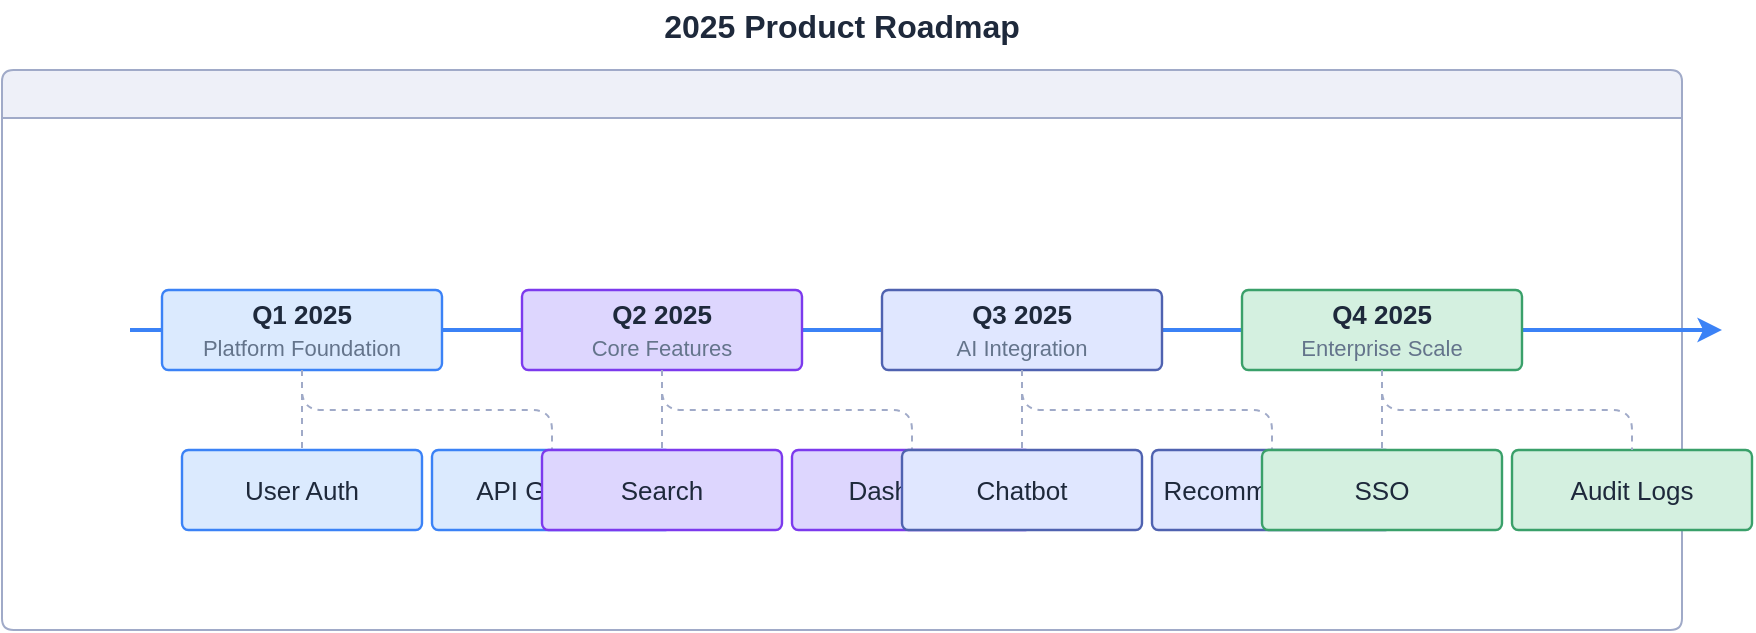
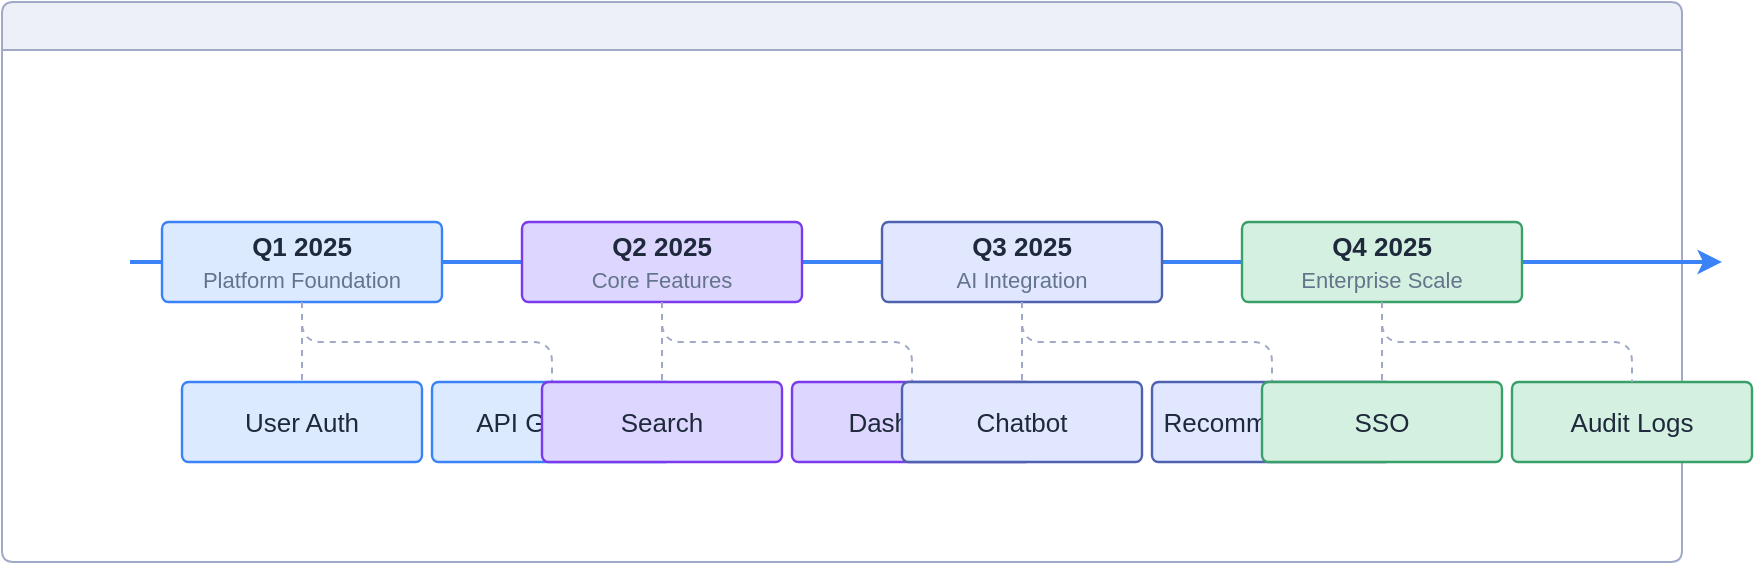
<mxGraphModel adaptiveColors="auto">
  <root>
    <mxCell id="0"/>
    <mxCell id="1" parent="0"/>
-     <mxCell id="title" value="2025 Product Roadmap" style="text;html=1;fontSize=16;fontColor=#1E293B;fontStyle=1;align=center;verticalAlign=middle;whiteSpace=wrap;" vertex="1" parent="1">
-       <mxGeometry x="310" y="15" width="300" height="25" as="geometry"/>
-     </mxCell>
    <mxCell id="container" value="" style="swimlane;startSize=24;rounded=1;arcSize=8;strokeWidth=1;strokeDashPattern=4 3;html=1;fillColor=#EEF0F8;strokeColor=#A0AAC8;container=1;recursiveResize=0;collapsible=0;" vertex="1" parent="1">
      <mxGeometry x="40" y="50" width="840" height="280" as="geometry"/>
    </mxCell>
    <mxCell id="tl-start" value="" style="ellipse;html=1;fillColor=none;strokeColor=none;editable=0;pointerEvents=0;" vertex="1" parent="container">
      <mxGeometry x="60" y="128" width="4" height="4" as="geometry"/>
    </mxCell>
    <mxCell id="tl-end" value="" style="ellipse;html=1;fillColor=none;strokeColor=none;editable=0;pointerEvents=0;" vertex="1" parent="container">
      <mxGeometry x="860" y="128" width="4" height="4" as="geometry"/>
    </mxCell>
    <mxCell id="timeline" value="" style="edgeStyle=orthogonalEdgeStyle;rounded=1;html=1;strokeWidth=2;endArrow=classic;endFill=1;strokeColor=#3B82F6;" edge="1" parent="container" source="tl-start" target="tl-end">
      <mxGeometry relative="1" as="geometry"/>
    </mxCell>
    <mxCell id="q1" value="&lt;b&gt;Q1 2025&lt;/b&gt;&lt;br&gt;&lt;span style=&quot;font-size:11px;color:#64748B;&quot;&gt;Platform Foundation&lt;/span&gt;" style="rounded=1;whiteSpace=wrap;html=1;arcSize=8;strokeWidth=1.2;fontSize=13;fillColor=#DBEAFE;strokeColor=#3B82F6;fontColor=#1E293B;" vertex="1" parent="container">
      <mxGeometry x="80" y="110" width="140" height="40" as="geometry"/>
    </mxCell>
    <mxCell id="q1-sub1" value="User Auth" style="rounded=1;whiteSpace=wrap;html=1;arcSize=8;strokeWidth=1.2;fontSize=13;fillColor=#DBEAFE;strokeColor=#3B82F6;fontColor=#1E293B;" vertex="1" parent="container">
      <mxGeometry x="90" y="190" width="120" height="40" as="geometry"/>
    </mxCell>
    <mxCell id="q1-sub2" value="API Gateway" style="rounded=1;whiteSpace=wrap;html=1;arcSize=8;strokeWidth=1.2;fontSize=13;fillColor=#DBEAFE;strokeColor=#3B82F6;fontColor=#1E293B;" vertex="1" parent="container">
      <mxGeometry x="215" y="190" width="120" height="40" as="geometry"/>
    </mxCell>
    <mxCell id="e-q1-sub1" value="" style="edgeStyle=orthogonalEdgeStyle;rounded=1;html=1;strokeWidth=1;dashed=1;strokeColor=#A0AAC8;endArrow=none;" edge="1" parent="container" source="q1" target="q1-sub1">
      <mxGeometry relative="1" as="geometry"/>
    </mxCell>
    <mxCell id="e-q1-sub2" value="" style="edgeStyle=orthogonalEdgeStyle;rounded=1;html=1;strokeWidth=1;dashed=1;strokeColor=#A0AAC8;endArrow=none;" edge="1" parent="container" source="q1" target="q1-sub2">
      <mxGeometry relative="1" as="geometry"/>
    </mxCell>
    <mxCell id="q2" value="&lt;b&gt;Q2 2025&lt;/b&gt;&lt;br&gt;&lt;span style=&quot;font-size:11px;color:#64748B;&quot;&gt;Core Features&lt;/span&gt;" style="rounded=1;whiteSpace=wrap;html=1;arcSize=8;strokeWidth=1.2;fontSize=13;fillColor=#DDD6FE;strokeColor=#7C3AED;fontColor=#1E293B;" vertex="1" parent="container">
      <mxGeometry x="260" y="110" width="140" height="40" as="geometry"/>
    </mxCell>
    <mxCell id="q2-sub1" value="Search" style="rounded=1;whiteSpace=wrap;html=1;arcSize=8;strokeWidth=1.2;fontSize=13;fillColor=#DDD6FE;strokeColor=#7C3AED;fontColor=#1E293B;" vertex="1" parent="container">
      <mxGeometry x="270" y="190" width="120" height="40" as="geometry"/>
    </mxCell>
    <mxCell id="q2-sub2" value="Dashboard" style="rounded=1;whiteSpace=wrap;html=1;arcSize=8;strokeWidth=1.2;fontSize=13;fillColor=#DDD6FE;strokeColor=#7C3AED;fontColor=#1E293B;" vertex="1" parent="container">
      <mxGeometry x="395" y="190" width="120" height="40" as="geometry"/>
    </mxCell>
    <mxCell id="e-q2-sub1" value="" style="edgeStyle=orthogonalEdgeStyle;rounded=1;html=1;strokeWidth=1;dashed=1;strokeColor=#A0AAC8;endArrow=none;" edge="1" parent="container" source="q2" target="q2-sub1">
      <mxGeometry relative="1" as="geometry"/>
    </mxCell>
    <mxCell id="e-q2-sub2" value="" style="edgeStyle=orthogonalEdgeStyle;rounded=1;html=1;strokeWidth=1;dashed=1;strokeColor=#A0AAC8;endArrow=none;" edge="1" parent="container" source="q2" target="q2-sub2">
      <mxGeometry relative="1" as="geometry"/>
    </mxCell>
    <mxCell id="q3" value="&lt;b&gt;Q3 2025&lt;/b&gt;&lt;br&gt;&lt;span style=&quot;font-size:11px;color:#64748B;&quot;&gt;AI Integration&lt;/span&gt;" style="rounded=1;whiteSpace=wrap;html=1;arcSize=8;strokeWidth=1.2;fontSize=13;fillColor=#E0E7FF;strokeColor=#4F62B0;fontColor=#1E293B;" vertex="1" parent="container">
      <mxGeometry x="440" y="110" width="140" height="40" as="geometry"/>
    </mxCell>
    <mxCell id="q3-sub1" value="Chatbot" style="rounded=1;whiteSpace=wrap;html=1;arcSize=8;strokeWidth=1.2;fontSize=13;fillColor=#E0E7FF;strokeColor=#4F62B0;fontColor=#1E293B;" vertex="1" parent="container">
      <mxGeometry x="450" y="190" width="120" height="40" as="geometry"/>
    </mxCell>
    <mxCell id="q3-sub2" value="Recommendations" style="rounded=1;whiteSpace=wrap;html=1;arcSize=8;strokeWidth=1.2;fontSize=13;fillColor=#E0E7FF;strokeColor=#4F62B0;fontColor=#1E293B;" vertex="1" parent="container">
      <mxGeometry x="575" y="190" width="120" height="40" as="geometry"/>
    </mxCell>
    <mxCell id="e-q3-sub1" value="" style="edgeStyle=orthogonalEdgeStyle;rounded=1;html=1;strokeWidth=1;dashed=1;strokeColor=#A0AAC8;endArrow=none;" edge="1" parent="container" source="q3" target="q3-sub1">
      <mxGeometry relative="1" as="geometry"/>
    </mxCell>
    <mxCell id="e-q3-sub2" value="" style="edgeStyle=orthogonalEdgeStyle;rounded=1;html=1;strokeWidth=1;dashed=1;strokeColor=#A0AAC8;endArrow=none;" edge="1" parent="container" source="q3" target="q3-sub2">
      <mxGeometry relative="1" as="geometry"/>
    </mxCell>
    <mxCell id="q4" value="&lt;b&gt;Q4 2025&lt;/b&gt;&lt;br&gt;&lt;span style=&quot;font-size:11px;color:#64748B;&quot;&gt;Enterprise Scale&lt;/span&gt;" style="rounded=1;whiteSpace=wrap;html=1;arcSize=8;strokeWidth=1.2;fontSize=13;fillColor=#D4F0E0;strokeColor=#3AA06A;fontColor=#1E293B;" vertex="1" parent="container">
      <mxGeometry x="620" y="110" width="140" height="40" as="geometry"/>
    </mxCell>
    <mxCell id="q4-sub1" value="SSO" style="rounded=1;whiteSpace=wrap;html=1;arcSize=8;strokeWidth=1.2;fontSize=13;fillColor=#D4F0E0;strokeColor=#3AA06A;fontColor=#1E293B;" vertex="1" parent="container">
      <mxGeometry x="630" y="190" width="120" height="40" as="geometry"/>
    </mxCell>
    <mxCell id="q4-sub2" value="Audit Logs" style="rounded=1;whiteSpace=wrap;html=1;arcSize=8;strokeWidth=1.2;fontSize=13;fillColor=#D4F0E0;strokeColor=#3AA06A;fontColor=#1E293B;" vertex="1" parent="container">
      <mxGeometry x="755" y="190" width="120" height="40" as="geometry"/>
    </mxCell>
    <mxCell id="e-q4-sub1" value="" style="edgeStyle=orthogonalEdgeStyle;rounded=1;html=1;strokeWidth=1;dashed=1;strokeColor=#A0AAC8;endArrow=none;" edge="1" parent="container" source="q4" target="q4-sub1">
      <mxGeometry relative="1" as="geometry"/>
    </mxCell>
    <mxCell id="e-q4-sub2" value="" style="edgeStyle=orthogonalEdgeStyle;rounded=1;html=1;strokeWidth=1;dashed=1;strokeColor=#A0AAC8;endArrow=none;" edge="1" parent="container" source="q4" target="q4-sub2">
      <mxGeometry relative="1" as="geometry"/>
    </mxCell>
  </root>
</mxGraphModel>
